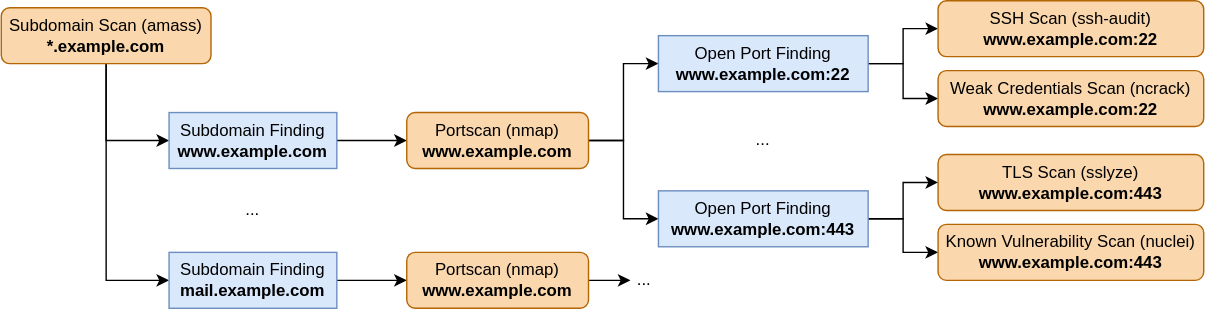
Before: documentation/static/img/cascades.drawio.svg, a diagram exported from draw.io (secureCodeBox/secureCodeBox). Source tidied: cells renumbered, new cells last; positions are measured from the earlier drawing's top-left corner, leaving out a move shared by most shapes.
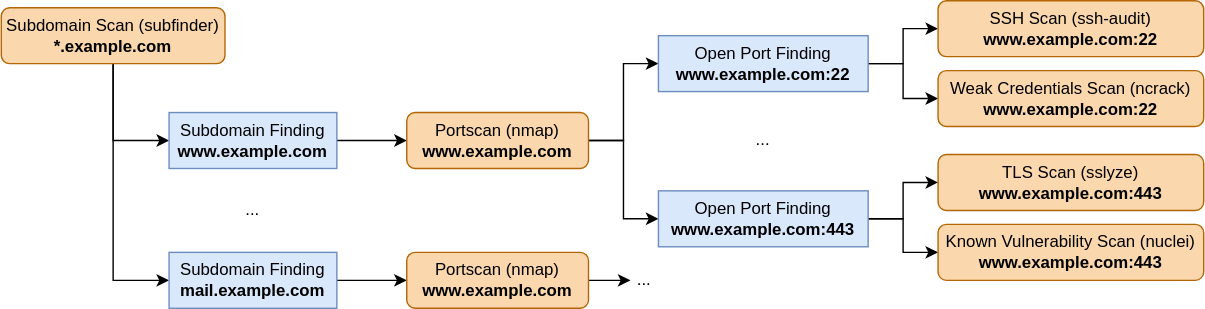
The same diagram one commit later.

Diff of the diagram source:
```diff
@@ -8,8 +8,8 @@
     <mxCell id="3" style="edgeStyle=orthogonalEdgeStyle;rounded=0;jettySize=auto;html=1;entryX=0;entryY=0.5;entryDx=0;entryDy=0;fontColor=#000000;" parent="1" edge="1" source="4" target="8">
       <mxGeometry relative="1" as="geometry" />
     </mxCell>
-    <mxCell id="4" value="Subdomain Scan (amass)&lt;div&gt;&lt;b&gt;*.example.com&lt;/b&gt;&lt;/div&gt;" style="rounded=1;whiteSpace=wrap;html=1;fillColor=#fad7ac;strokeColor=#b46504;fontColor=#000000;" parent="1" vertex="1">
-      <mxGeometry y="5" width="150" height="40" as="geometry" />
+    <mxCell id="4" value="Subdomain Scan (subfinder)&lt;div&gt;&lt;b&gt;*.example.com&lt;/b&gt;&lt;/div&gt;" style="rounded=1;whiteSpace=wrap;html=1;fillColor=#fad7ac;strokeColor=#b46504;fontColor=#000000;" parent="1" vertex="1">
+      <mxGeometry y="5" width="160" height="40" as="geometry" />
     </mxCell>
     <mxCell id="5" style="edgeStyle=orthogonalEdgeStyle;rounded=0;jettySize=auto;html=1;entryX=0;entryY=0.5;entryDx=0;entryDy=0;fontColor=#000000;" parent="1" edge="1" source="6" target="12">
       <mxGeometry relative="1" as="geometry" />
```
